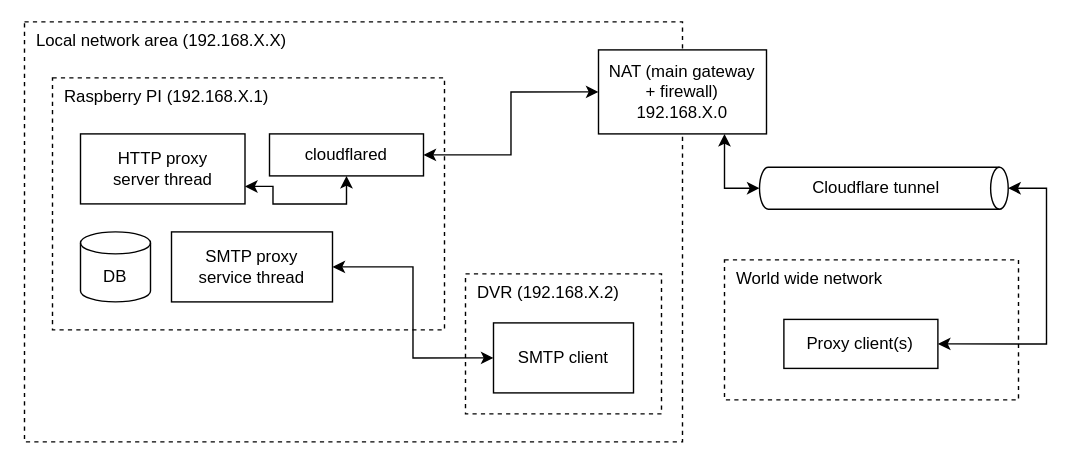
Earlier version of the draw.io export .github/flow-diagram.svg (milosz08/event-proxy-system). Source tidied: cells renumbered, new cells last; positions are measured from the earlier drawing's top-left corner, leaving out a move shared by most shapes. The source it was exported from:
```xml
<mxGraphModel background="#ffffff">
  <root>
    <mxCell id="0" />
    <mxCell id="1" parent="0" />
    <mxCell id="2" value="&amp;nbsp; Local network area (192.168.X.X)" style="rounded=0;whiteSpace=wrap;html=1;fillColor=none;dashed=1;align=left;verticalAlign=top;labelBackgroundColor=none;" parent="1" vertex="1">
      <mxGeometry x="17" y="15" width="470" height="300" as="geometry" />
    </mxCell>
    <mxCell id="3" value="&amp;nbsp; DVR (192.168.X.2)" style="rounded=0;whiteSpace=wrap;html=1;fillColor=none;dashed=1;align=left;verticalAlign=top;labelBackgroundColor=none;" parent="1" vertex="1">
      <mxGeometry x="332" y="195" width="140" height="100" as="geometry" />
    </mxCell>
    <mxCell id="4" value="&amp;nbsp; Raspberry PI (192.168.X.1)" style="rounded=0;whiteSpace=wrap;html=1;fillColor=none;dashed=1;align=left;verticalAlign=top;labelBackgroundColor=none;" parent="1" vertex="1">
      <mxGeometry x="37" y="55" width="280" height="180" as="geometry" />
    </mxCell>
    <mxCell id="5" value="SMTP proxy&lt;br&gt;service thread" style="rounded=0;whiteSpace=wrap;html=1;labelBackgroundColor=none;" parent="1" vertex="1">
      <mxGeometry x="122" y="165" width="115" height="50" as="geometry" />
    </mxCell>
    <mxCell id="6" value="DB" style="shape=cylinder3;whiteSpace=wrap;html=1;boundedLbl=1;backgroundOutline=1;size=7.857142857142833;rounded=0;labelBackgroundColor=none;" parent="1" vertex="1">
      <mxGeometry x="57" y="165" width="50" height="50" as="geometry" />
    </mxCell>
    <mxCell id="7" style="edgeStyle=orthogonalEdgeStyle;rounded=0;jettySize=auto;html=1;exitX=1;exitY=0.75;exitDx=0;exitDy=0;entryX=0.5;entryY=1;entryDx=0;entryDy=0;startArrow=classic;startFill=1;labelBackgroundColor=none;fontColor=default;" parent="1" edge="1" source="8" target="13">
      <mxGeometry relative="1" as="geometry" />
    </mxCell>
    <mxCell id="8" value="HTTP proxy&lt;br&gt;server thread" style="rounded=0;whiteSpace=wrap;html=1;labelBackgroundColor=none;" parent="1" vertex="1">
      <mxGeometry x="57" y="95" width="117.5" height="50" as="geometry" />
    </mxCell>
    <mxCell id="9" style="edgeStyle=orthogonalEdgeStyle;rounded=0;jettySize=auto;html=1;exitX=0;exitY=0.5;exitDx=0;exitDy=0;entryX=1;entryY=0.5;entryDx=0;entryDy=0;startArrow=classic;startFill=1;labelBackgroundColor=none;fontColor=default;" parent="1" edge="1" source="10" target="5">
      <mxGeometry relative="1" as="geometry" />
    </mxCell>
    <mxCell id="10" value="SMTP client" style="rounded=0;whiteSpace=wrap;html=1;labelBackgroundColor=none;" parent="1" vertex="1">
      <mxGeometry x="352" y="230" width="100" height="50" as="geometry" />
    </mxCell>
    <mxCell id="11" value="NAT (main gateway&lt;br&gt;+ firewall)&lt;br&gt;192.168.X.0" style="rounded=0;whiteSpace=wrap;html=1;labelBackgroundColor=none;" parent="1" vertex="1">
      <mxGeometry x="427" y="35" width="120" height="60" as="geometry" />
    </mxCell>
    <mxCell id="12" style="edgeStyle=orthogonalEdgeStyle;rounded=0;jettySize=auto;html=1;exitX=1;exitY=0.5;exitDx=0;exitDy=0;entryX=0;entryY=0.5;entryDx=0;entryDy=0;endArrow=classic;endFill=1;startArrow=classic;startFill=1;labelBackgroundColor=none;fontColor=default;" parent="1" edge="1" source="13" target="11">
      <mxGeometry relative="1" as="geometry" />
    </mxCell>
    <mxCell id="13" value="cloudflared" style="rounded=0;whiteSpace=wrap;html=1;labelBackgroundColor=none;" parent="1" vertex="1">
      <mxGeometry x="192" y="95" width="110" height="30" as="geometry" />
    </mxCell>
    <mxCell id="14" value="&amp;nbsp; World wide network" style="rounded=0;whiteSpace=wrap;html=1;fillColor=none;dashed=1;align=left;verticalAlign=top;labelBackgroundColor=none;" parent="1" vertex="1">
      <mxGeometry x="517" y="185" width="210" height="100" as="geometry" />
    </mxCell>
    <mxCell id="15" value="Proxy client(s)" style="rounded=0;whiteSpace=wrap;html=1;labelBackgroundColor=none;" parent="1" vertex="1">
      <mxGeometry x="559.4" y="227.5" width="110" height="35" as="geometry" />
    </mxCell>
    <mxCell id="16" style="edgeStyle=orthogonalEdgeStyle;rounded=0;jettySize=auto;html=1;exitX=0.5;exitY=0;exitDx=0;exitDy=0;exitPerimeter=0;entryX=1;entryY=0.5;entryDx=0;entryDy=0;startArrow=classic;startFill=1;labelBackgroundColor=none;fontColor=default;" parent="1" edge="1" source="17" target="15">
      <mxGeometry relative="1" as="geometry">
        <Array as="points">
          <mxPoint x="747" y="134" />
          <mxPoint x="747" y="245" />
        </Array>
      </mxGeometry>
    </mxCell>
    <mxCell id="17" value="Cloudflare tunnel" style="shape=cylinder3;whiteSpace=wrap;html=1;boundedLbl=1;backgroundOutline=1;size=6.285714285714334;rotation=90;horizontal=0;rounded=0;labelBackgroundColor=none;" parent="1" vertex="1">
      <mxGeometry x="615.8" y="45" width="30" height="177.7" as="geometry" />
    </mxCell>
    <mxCell id="18" style="edgeStyle=orthogonalEdgeStyle;rounded=0;jettySize=auto;html=1;exitX=0.75;exitY=1;exitDx=0;exitDy=0;entryX=0.5;entryY=1;entryDx=0;entryDy=0;entryPerimeter=0;startArrow=classic;startFill=1;labelBackgroundColor=none;fontColor=default;" parent="1" edge="1" source="11" target="17">
      <mxGeometry relative="1" as="geometry" />
    </mxCell>
    <mxCell id="19" style="rounded=0;whiteSpace=wrap;html=1;fillColor=none;strokeColor=none;labelBackgroundColor=none;" parent="1" vertex="1">
      <mxGeometry width="765" height="334" as="geometry" />
    </mxCell>
  </root>
</mxGraphModel>
```
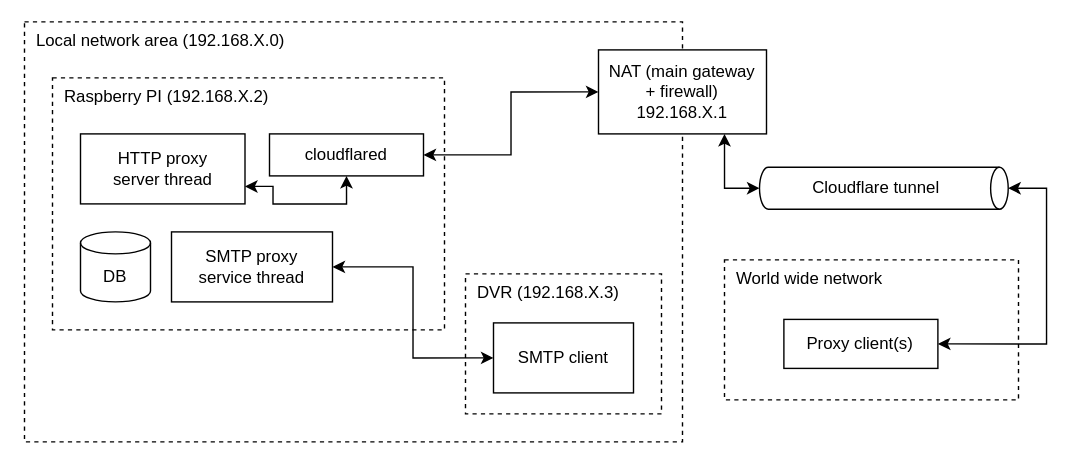
The same diagram one commit later.

Commit message:
fix: incorrect local network ips

The edit, as a diff of the source:
```diff
@@ -2,13 +2,16 @@
   <root>
     <mxCell id="0" />
     <mxCell id="1" parent="0" />
+    <mxCell id="19" style="rounded=0;whiteSpace=wrap;html=1;fillColor=none;strokeColor=none;labelBackgroundColor=none;" parent="1" vertex="1">
+      <mxGeometry width="765" height="334" as="geometry" />
+    </mxCell>
-    <mxCell id="2" value="&amp;nbsp; Local network area (192.168.X.X)" style="rounded=0;whiteSpace=wrap;html=1;fillColor=none;dashed=1;align=left;verticalAlign=top;labelBackgroundColor=none;" parent="1" vertex="1">
+    <mxCell id="2" value="&amp;nbsp; Local network area (192.168.X.0)" style="rounded=0;whiteSpace=wrap;html=1;fillColor=none;dashed=1;align=left;verticalAlign=top;labelBackgroundColor=none;" parent="1" vertex="1">
       <mxGeometry x="17" y="15" width="470" height="300" as="geometry" />
     </mxCell>
-    <mxCell id="3" value="&amp;nbsp; DVR (192.168.X.2)" style="rounded=0;whiteSpace=wrap;html=1;fillColor=none;dashed=1;align=left;verticalAlign=top;labelBackgroundColor=none;" parent="1" vertex="1">
+    <mxCell id="3" value="&amp;nbsp; DVR (192.168.X.3)" style="rounded=0;whiteSpace=wrap;html=1;fillColor=none;dashed=1;align=left;verticalAlign=top;labelBackgroundColor=none;" parent="1" vertex="1">
       <mxGeometry x="332" y="195" width="140" height="100" as="geometry" />
     </mxCell>
-    <mxCell id="4" value="&amp;nbsp; Raspberry PI (192.168.X.1)" style="rounded=0;whiteSpace=wrap;html=1;fillColor=none;dashed=1;align=left;verticalAlign=top;labelBackgroundColor=none;" parent="1" vertex="1">
+    <mxCell id="4" value="&amp;nbsp; Raspberry PI (192.168.X.2)" style="rounded=0;whiteSpace=wrap;html=1;fillColor=none;dashed=1;align=left;verticalAlign=top;labelBackgroundColor=none;" parent="1" vertex="1">
       <mxGeometry x="37" y="55" width="280" height="180" as="geometry" />
     </mxCell>
     <mxCell id="5" value="SMTP proxy&lt;br&gt;service thread" style="rounded=0;whiteSpace=wrap;html=1;labelBackgroundColor=none;" parent="1" vertex="1">
@@ -29,7 +32,7 @@
     <mxCell id="10" value="SMTP client" style="rounded=0;whiteSpace=wrap;html=1;labelBackgroundColor=none;" parent="1" vertex="1">
       <mxGeometry x="352" y="230" width="100" height="50" as="geometry" />
     </mxCell>
-    <mxCell id="11" value="NAT (main gateway&lt;br&gt;+ firewall)&lt;br&gt;192.168.X.0" style="rounded=0;whiteSpace=wrap;html=1;labelBackgroundColor=none;" parent="1" vertex="1">
+    <mxCell id="11" value="NAT (main gateway&lt;br&gt;+ firewall)&lt;br&gt;192.168.X.1" style="rounded=0;whiteSpace=wrap;html=1;labelBackgroundColor=none;" parent="1" vertex="1">
       <mxGeometry x="427" y="35" width="120" height="60" as="geometry" />
     </mxCell>
     <mxCell id="12" style="edgeStyle=orthogonalEdgeStyle;rounded=0;jettySize=auto;html=1;exitX=1;exitY=0.5;exitDx=0;exitDy=0;entryX=0;entryY=0.5;entryDx=0;entryDy=0;endArrow=classic;endFill=1;startArrow=classic;startFill=1;labelBackgroundColor=none;fontColor=default;" parent="1" edge="1" source="13" target="11">
@@ -58,8 +61,5 @@
     <mxCell id="18" style="edgeStyle=orthogonalEdgeStyle;rounded=0;jettySize=auto;html=1;exitX=0.75;exitY=1;exitDx=0;exitDy=0;entryX=0.5;entryY=1;entryDx=0;entryDy=0;entryPerimeter=0;startArrow=classic;startFill=1;labelBackgroundColor=none;fontColor=default;" parent="1" edge="1" source="11" target="17">
       <mxGeometry relative="1" as="geometry" />
     </mxCell>
-    <mxCell id="19" style="rounded=0;whiteSpace=wrap;html=1;fillColor=none;strokeColor=none;labelBackgroundColor=none;" parent="1" vertex="1">
-      <mxGeometry width="765" height="334" as="geometry" />
-    </mxCell>
   </root>
 </mxGraphModel>
```
